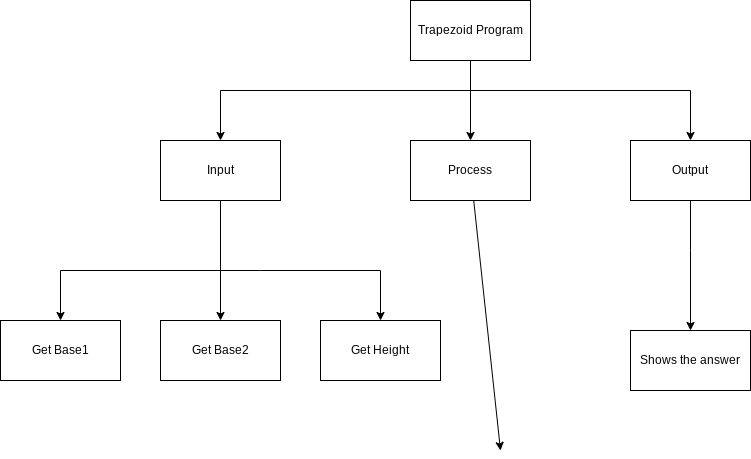
This is design.png from Ethan-Prieur1/ICS3U-Assignment6-Python, a draw.io export, as it was before one commit. Source tidied: cells renumbered, new cells last; positions are measured from the earlier drawing's top-left corner, leaving out a move shared by most shapes.
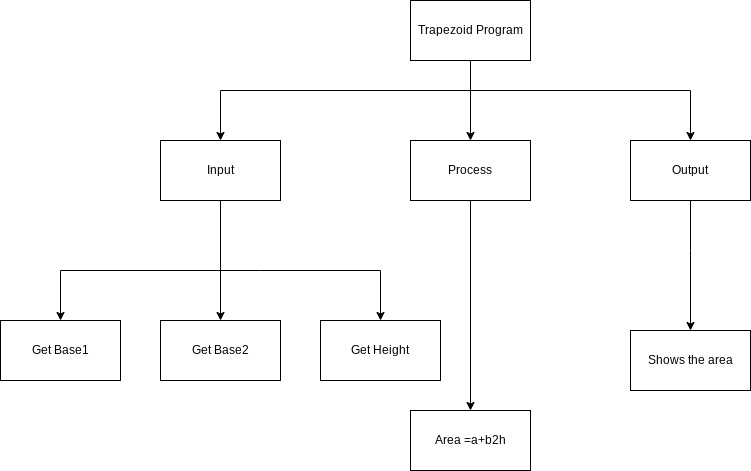
After the change.

Change to the diagram source:
```diff
@@ -34,7 +34,7 @@
     </mxCell>
     <mxCell id="8" style="edgeStyle=none;rounded=0;html=1;" parent="1" edge="1" source="9">
       <mxGeometry relative="1" as="geometry">
-        <mxPoint x="500" y="450" as="targetPoint" />
+        <mxPoint x="470" y="410" as="targetPoint" />
       </mxGeometry>
     </mxCell>
     <mxCell id="9" value="Process" style="rounded=0;whiteSpace=wrap;html=1;" parent="1" vertex="1">
@@ -46,7 +46,7 @@
     <mxCell id="11" value="Get Base1" style="rounded=0;whiteSpace=wrap;html=1;" parent="1" vertex="1">
       <mxGeometry y="320" width="120" height="60" as="geometry" />
     </mxCell>
-    <mxCell id="12" value="Shows the answer" style="rounded=0;whiteSpace=wrap;html=1;" parent="1" vertex="1">
+    <mxCell id="12" value="Shows the area" style="rounded=0;whiteSpace=wrap;html=1;" parent="1" vertex="1">
       <mxGeometry x="630" y="330" width="120" height="60" as="geometry" />
     </mxCell>
     <mxCell id="13" style="edgeStyle=orthogonalEdgeStyle;shape=connector;rounded=0;jumpStyle=line;html=1;labelBackgroundColor=default;fontFamily=Helvetica;fontSize=11;fontColor=default;endArrow=classic;strokeColor=default;" parent="1" edge="1">
@@ -90,5 +90,8 @@
         </Array>
       </mxGeometry>
     </mxCell>
+    <mxCell id="19" value="Area =a+b2h" style="rounded=0;whiteSpace=wrap;html=1;" parent="1" vertex="1">
+      <mxGeometry x="410" y="410" width="120" height="60" as="geometry" />
+    </mxCell>
   </root>
 </mxGraphModel>
```
